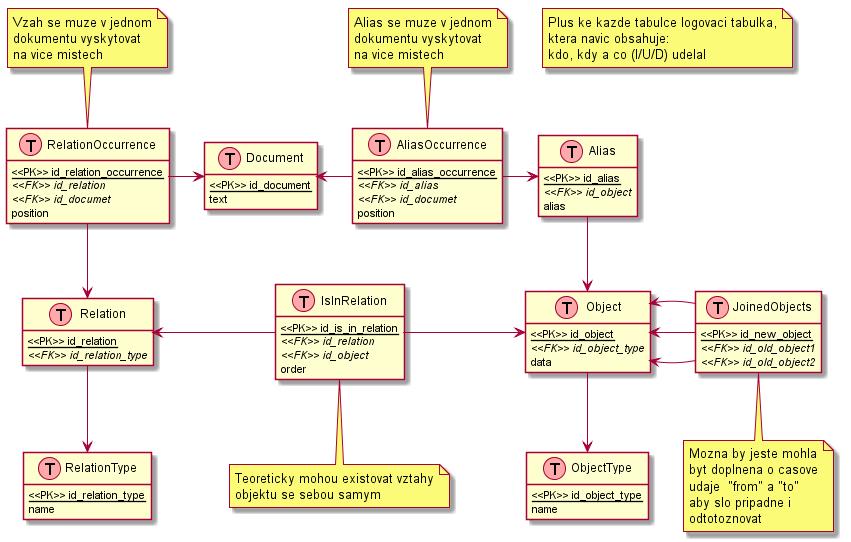
This is UML/img/db.png from PreXident/TextAn, a PlantUML export, as it was before one commit.
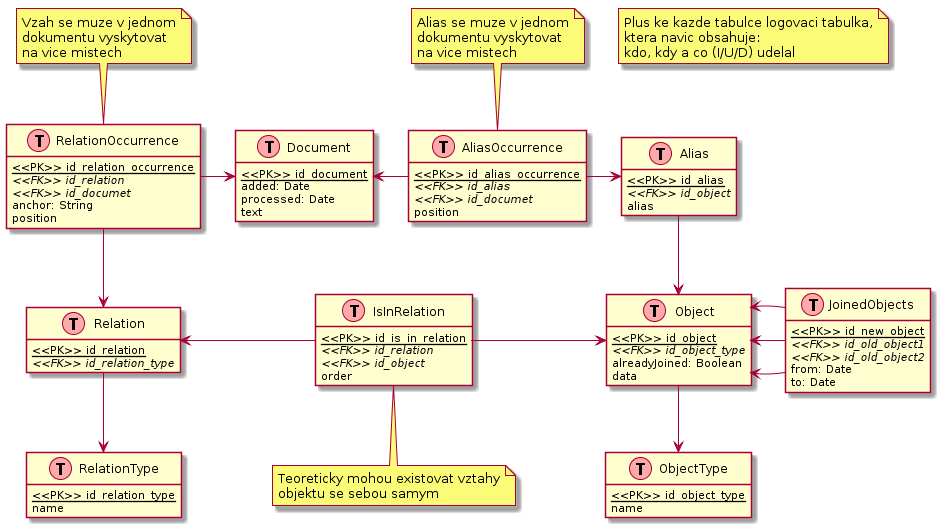
Later version of the same file.

Commit message:
Db schema changes according to the latest meeting

Diff of the diagram source:
```diff
@@ -5,6 +5,7 @@
 class Object << (T,#FFAAAA) >> {
 	<u><<PK>> id_object</u>
 	<i><<FK>> id_object_type</i>
+	alreadyJoined: Boolean
 	data
 }
 
@@ -34,10 +35,14 @@
 	<u><<PK>> id_new_object</u>
 	<i><<FK>> id_old_object1</i>
 	<i><<FK>> id_old_object2</i>
+	from: Date
+	to: Date
 }
 
 class Document << (T,#FFAAAA) >> {
 	<u><<PK>> id_document</u>
+	added: Date
+	processed: Date
 	text
 }
 
@@ -45,6 +50,7 @@
 	<u><<PK>> id_relation_occurrence</u>
 	<i><<FK>> id_relation</i>
 	<i><<FK>> id_documet</i>
+	anchor: String
 	position
 }
 
@@ -91,14 +97,6 @@
 	objektu se sebou samym
 end note
 
-note bottom of JoinedObjects
-	Mozna by jeste mohla
-	byt doplnena o casove
-	udaje  "from" a "to"
-	aby slo pripadne i
-	odtotoznovat
-end note
-
 note as N1
 	Plus ke kazde tabulce logovaci tabulka,
 	ktera navic obsahuje:
```
